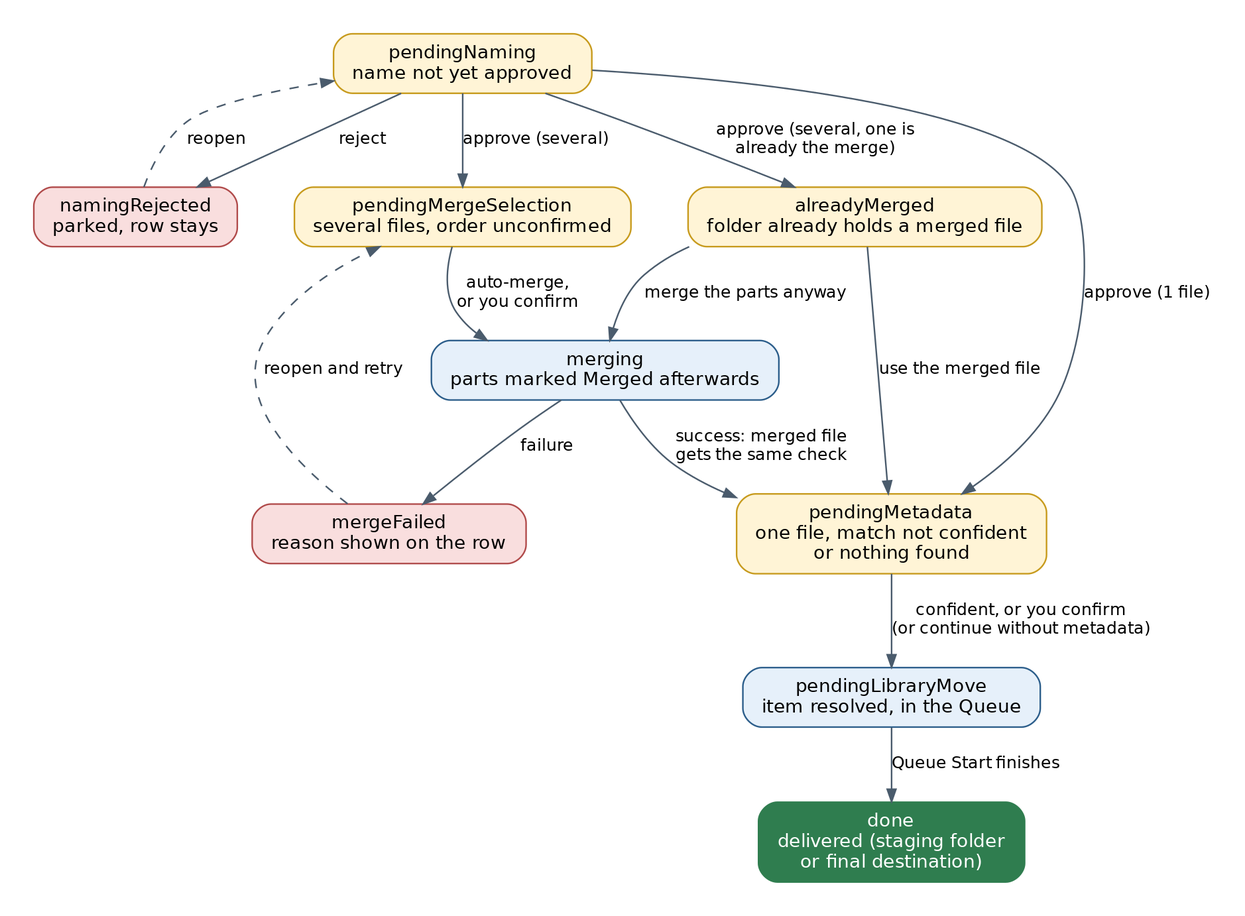
Above: Documentation/images/stages.png in MediaMetadataManager/MediaMetadataManager (Graphviz), before the change. Its source is kept beside it as Documentation/images/src/stages.dot.
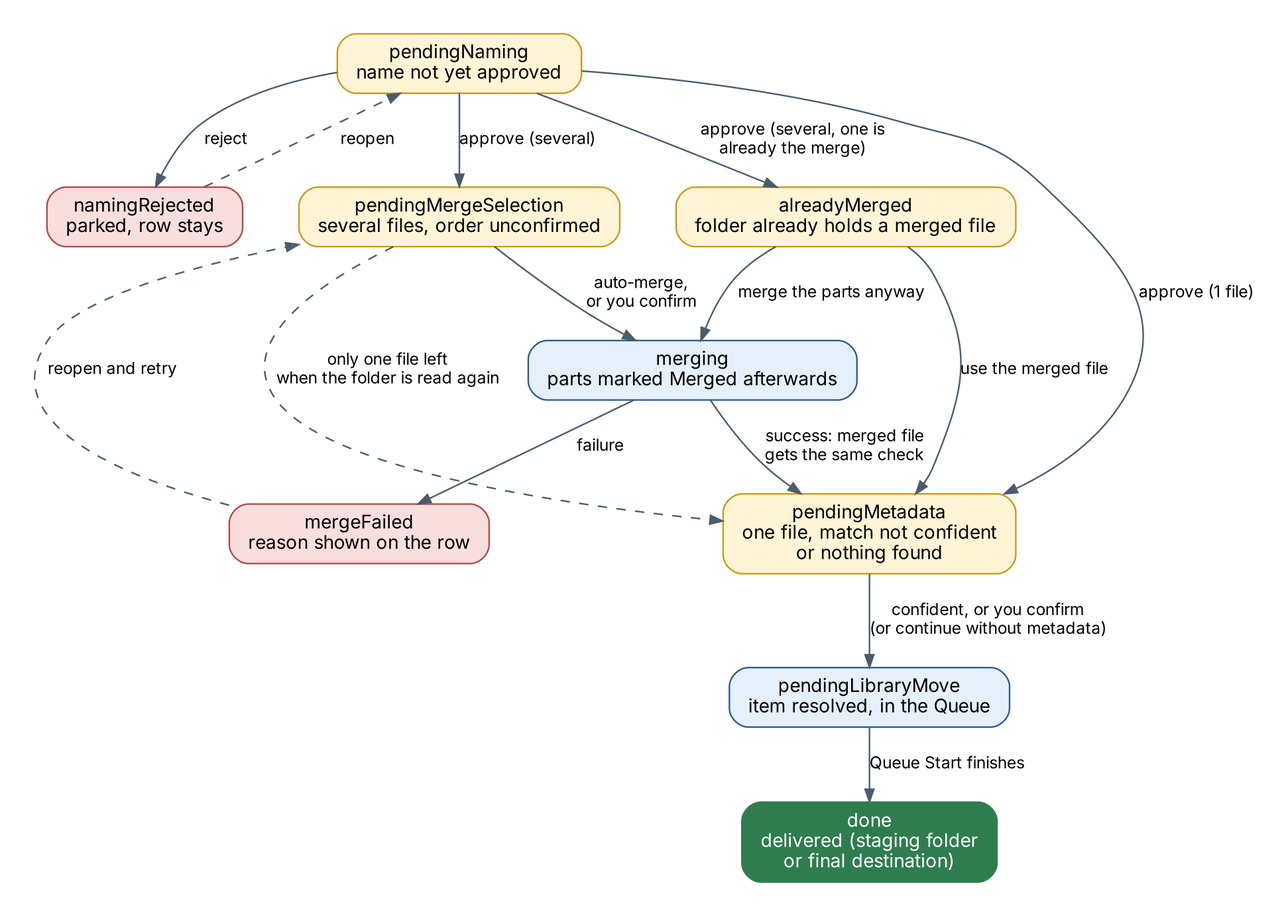
The same diagram one commit later.

The edit, as a diff of the source:
```diff
@@ -22,6 +22,7 @@
   mg -> pm [label="success: merged file\ngets the same check"];
   mg -> mf [label="failure"];
   mf -> ps [label="reopen and retry", style=dashed];
+  ps -> pm [label="only one file left\nwhen the folder is read again", style=dashed];
   pm -> pl [label="confident, or you confirm\n(or continue without metadata)"];
   pl -> dn [label="Queue Start finishes"];
 }
```
